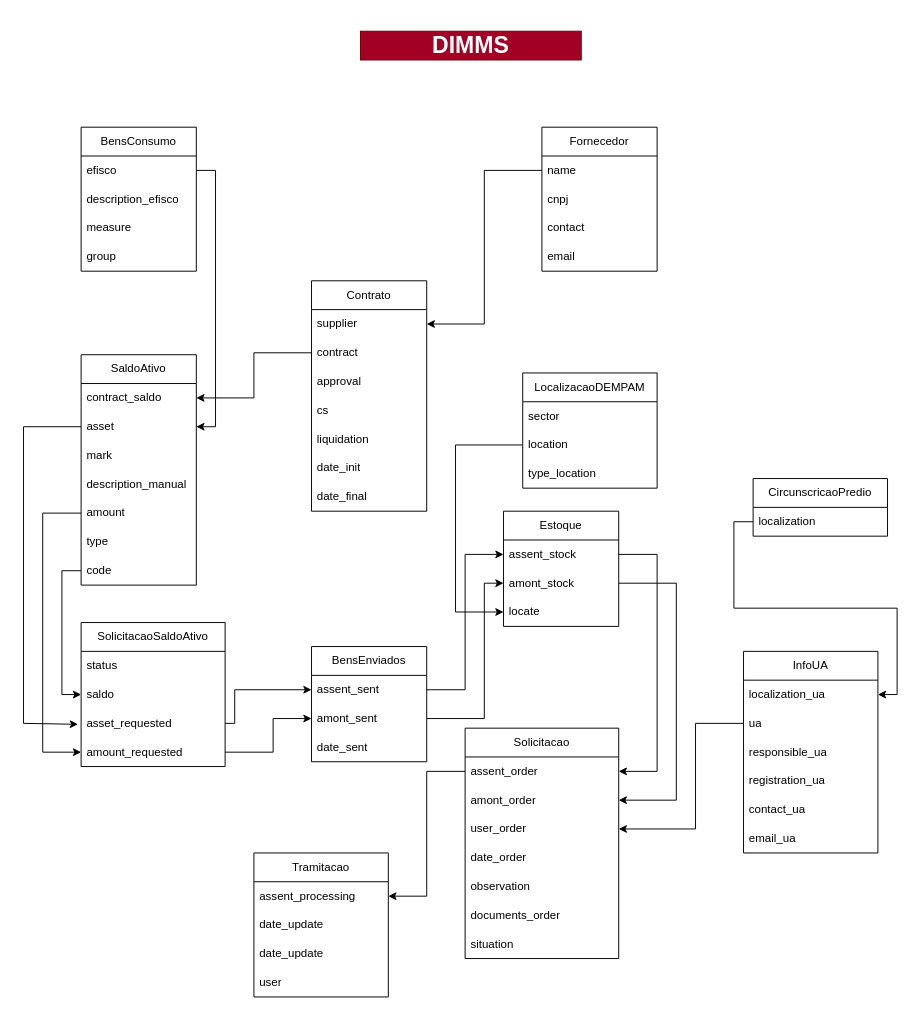
Before: page "dimms" (1 of 2) of sipat.drawio in caioagrelli/MP-SIPAT, a draw.io diagram. Source tidied: cells renumbered, new cells numbered last; positions are measured from the earlier drawing's top-left corner, leaving out a move shared by most shapes. Both pictures are drawn from the tidied source at 96%, with x=0, y=0 at pixel (23, 31).
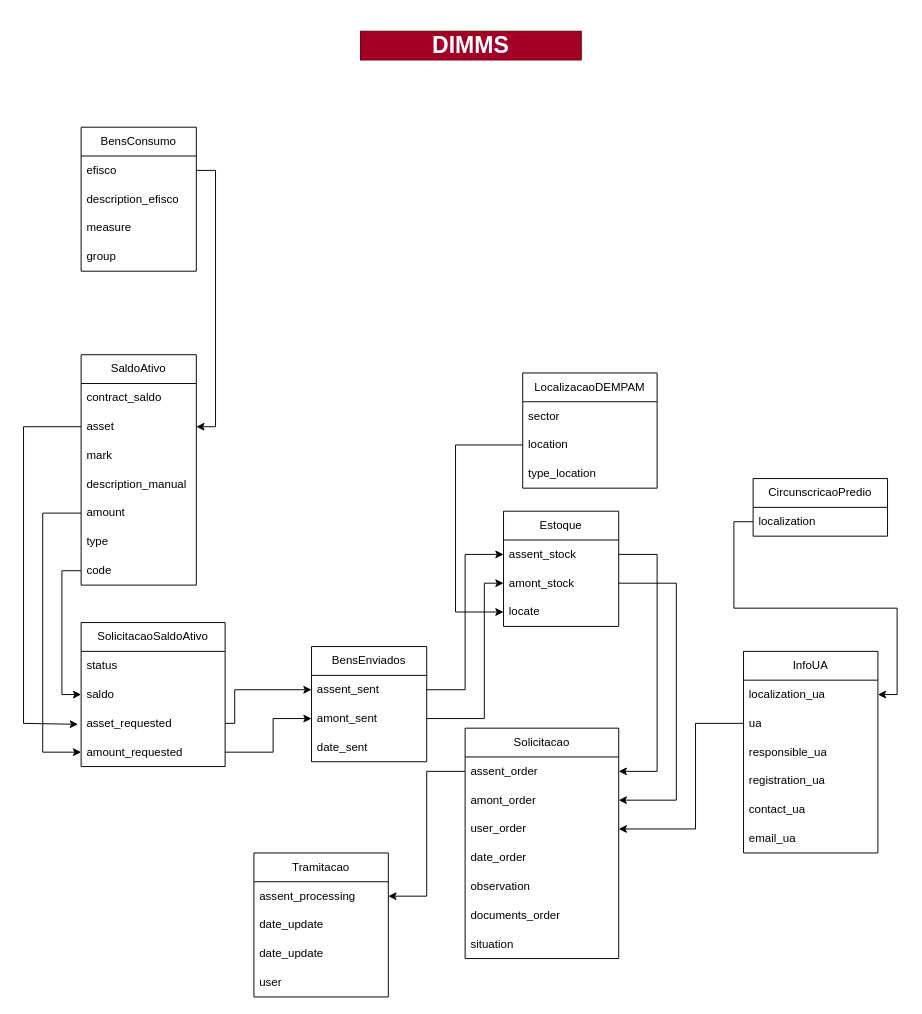
The same diagram, later.

Commit message:
feat: add flowchart of artefacts

The change refers to these unchanged cells:
```xml
<mxCell id="25" value="contract_saldo" style="text;strokeColor=none;fillColor=none;align=left;verticalAlign=middle;spacingLeft=4;spacingRight=4;overflow=hidden;points=[[0,0.5],[1,0.5]];portConstraint=eastwest;whiteSpace=wrap;html=1;fontFamily=Helvetica;fontSize=12;fontColor=default;fontStyle=0;horizontal=1;" parent="24" vertex="1">
  <mxGeometry y="30" width="120" height="30" as="geometry" />
</mxCell>
```

Diff of the diagram source:
```diff
@@
-    <mxCell id="7" value="Fornecedor" style="swimlane;fontStyle=0;horizontal=1;startSize=30;whiteSpace=wrap;html=1;strokeColor=default;align=center;verticalAlign=middle;fontFamily=Helvetica;fontSize=12;fontColor=default;fillColor=default;" parent="1" vertex="1">
-      <mxGeometry x="540" y="100" width="120" height="150" as="geometry" />
-    </mxCell>
-    <mxCell id="8" value="name" style="text;strokeColor=none;fillColor=none;align=left;verticalAlign=middle;spacingLeft=4;spacingRight=4;overflow=hidden;points=[[0,0.5],[1,0.5]];portConstraint=eastwest;whiteSpace=wrap;html=1;fontFamily=Helvetica;fontSize=12;fontColor=default;fontStyle=0;horizontal=1;" parent="7" vertex="1">
-      <mxGeometry y="30" width="120" height="30" as="geometry" />
-    </mxCell>
-    <mxCell id="9" value="cnpj" style="text;strokeColor=none;fillColor=none;align=left;verticalAlign=middle;spacingLeft=4;spacingRight=4;overflow=hidden;whiteSpace=wrap;html=1;fontFamily=Helvetica;fontSize=12;fontColor=default;fontStyle=0;horizontal=1;" parent="7" vertex="1">
-      <mxGeometry y="60" width="120" height="30" as="geometry" />
-    </mxCell>
-    <mxCell id="10" style="text;strokeColor=none;fillColor=none;align=left;verticalAlign=middle;spacingLeft=4;spacingRight=4;overflow=hidden;whiteSpace=wrap;html=1;fontFamily=Helvetica;fontSize=12;fontColor=default;fontStyle=0;horizontal=1;" parent="7" vertex="1">
-      <mxGeometry y="90" width="120" height="30" as="geometry" />
-    </mxCell>
-    <mxCell id="11" value="email" style="text;strokeColor=none;fillColor=none;align=left;verticalAlign=middle;spacingLeft=4;spacingRight=4;overflow=hidden;whiteSpace=wrap;html=1;fontFamily=Helvetica;fontSize=12;fontColor=default;fontStyle=0;horizontal=1;" parent="7" vertex="1">
-      <mxGeometry y="120" width="120" height="30" as="geometry" />
-    </mxCell>
-    <mxCell id="12" value="contact" style="text;strokeColor=none;fillColor=none;align=left;verticalAlign=middle;spacingLeft=4;spacingRight=4;overflow=hidden;whiteSpace=wrap;html=1;fontFamily=Helvetica;fontSize=12;fontColor=default;fontStyle=0;horizontal=1;" parent="7" vertex="1">
-      <mxGeometry y="90" width="140" height="30" as="geometry" />
-    </mxCell>
-    <mxCell id="13" style="text;strokeColor=none;fillColor=none;align=left;verticalAlign=middle;spacingLeft=4;spacingRight=4;overflow=hidden;whiteSpace=wrap;html=1;fontFamily=Helvetica;fontSize=12;fontColor=default;fontStyle=0;horizontal=1;" parent="7" vertex="1">
-      <mxGeometry y="90" width="140" height="30" as="geometry" />
-    </mxCell>
-    <mxCell id="14" style="text;strokeColor=none;fillColor=none;align=left;verticalAlign=middle;spacingLeft=4;spacingRight=4;overflow=hidden;whiteSpace=wrap;html=1;fontFamily=Helvetica;fontSize=12;fontColor=default;fontStyle=0;horizontal=1;" parent="7" vertex="1">
-      <mxGeometry y="90" width="140" height="30" as="geometry" />
-    </mxCell>
-    <mxCell id="15" value="Contrato" style="swimlane;fontStyle=0;horizontal=1;startSize=30;whiteSpace=wrap;html=1;strokeColor=default;align=center;verticalAlign=middle;fontFamily=Helvetica;fontSize=12;fontColor=default;fillColor=default;" parent="1" vertex="1">
-      <mxGeometry x="300" y="260" width="120" height="240" as="geometry" />
-    </mxCell>
-    <mxCell id="16" value="supplier" style="text;strokeColor=none;fillColor=none;align=left;verticalAlign=middle;spacingLeft=4;spacingRight=4;overflow=hidden;points=[[0,0.5],[1,0.5]];portConstraint=eastwest;whiteSpace=wrap;html=1;fontFamily=Helvetica;fontSize=12;fontColor=default;fontStyle=0;horizontal=1;" parent="15" vertex="1">
-      <mxGeometry y="30" width="120" height="30" as="geometry" />
-    </mxCell>
-    <mxCell id="17" value="contract" style="text;strokeColor=none;fillColor=none;align=left;verticalAlign=middle;spacingLeft=4;spacingRight=4;overflow=hidden;points=[[0,0.5],[1,0.5]];portConstraint=eastwest;whiteSpace=wrap;html=1;fontFamily=Helvetica;fontSize=12;fontColor=default;fontStyle=0;horizontal=1;" parent="15" vertex="1">
-      <mxGeometry y="60" width="120" height="30" as="geometry" />
-    </mxCell>
-    <mxCell id="18" value="approval" style="text;strokeColor=none;fillColor=none;align=left;verticalAlign=middle;spacingLeft=4;spacingRight=4;overflow=hidden;whiteSpace=wrap;html=1;fontFamily=Helvetica;fontSize=12;fontColor=default;fontStyle=0;horizontal=1;" parent="15" vertex="1">
-      <mxGeometry y="90" width="120" height="30" as="geometry" />
-    </mxCell>
-    <mxCell id="19" value="cs" style="text;strokeColor=none;fillColor=none;align=left;verticalAlign=middle;spacingLeft=4;spacingRight=4;overflow=hidden;whiteSpace=wrap;html=1;fontFamily=Helvetica;fontSize=12;fontColor=default;fontStyle=0;horizontal=1;" parent="15" vertex="1">
-      <mxGeometry y="120" width="120" height="30" as="geometry" />
-    </mxCell>
-    <mxCell id="20" value="liquidation" style="text;strokeColor=none;fillColor=none;align=left;verticalAlign=middle;spacingLeft=4;spacingRight=4;overflow=hidden;whiteSpace=wrap;html=1;fontFamily=Helvetica;fontSize=12;fontColor=default;fontStyle=0;horizontal=1;" parent="15" vertex="1">
-      <mxGeometry y="150" width="120" height="30" as="geometry" />
-    </mxCell>
-    <mxCell id="21" value="date_init" style="text;strokeColor=none;fillColor=none;align=left;verticalAlign=middle;spacingLeft=4;spacingRight=4;overflow=hidden;whiteSpace=wrap;html=1;fontFamily=Helvetica;fontSize=12;fontColor=default;fontStyle=0;horizontal=1;" parent="15" vertex="1">
-      <mxGeometry y="180" width="120" height="30" as="geometry" />
-    </mxCell>
-    <mxCell id="22" value="date_final" style="text;strokeColor=none;fillColor=none;align=left;verticalAlign=middle;spacingLeft=4;spacingRight=4;overflow=hidden;whiteSpace=wrap;html=1;fontFamily=Helvetica;fontSize=12;fontColor=default;fontStyle=0;horizontal=1;" parent="15" vertex="1">
-      <mxGeometry y="210" width="120" height="30" as="geometry" />
-    </mxCell>
-    <mxCell id="23" style="edgeStyle=orthogonalEdgeStyle;rounded=0;jettySize=auto;html=1;exitX=0;exitY=0.5;exitDx=0;exitDy=0;entryX=1;entryY=0.5;entryDx=0;entryDy=0;fontFamily=Helvetica;fontSize=12;fontColor=default;fontStyle=0;horizontal=1;" parent="1" edge="1" source="8" target="16">
-      <mxGeometry relative="1" as="geometry" />
-    </mxCell>
@@
-    <mxCell id="32" style="edgeStyle=orthogonalEdgeStyle;rounded=0;jettySize=auto;html=1;exitX=0;exitY=0.5;exitDx=0;exitDy=0;entryX=1;entryY=0.5;entryDx=0;entryDy=0;fontFamily=Helvetica;fontSize=12;fontColor=default;fontStyle=0;horizontal=1;" parent="1" edge="1" source="17" target="25">
-      <mxGeometry relative="1" as="geometry" />
-    </mxCell>
```
